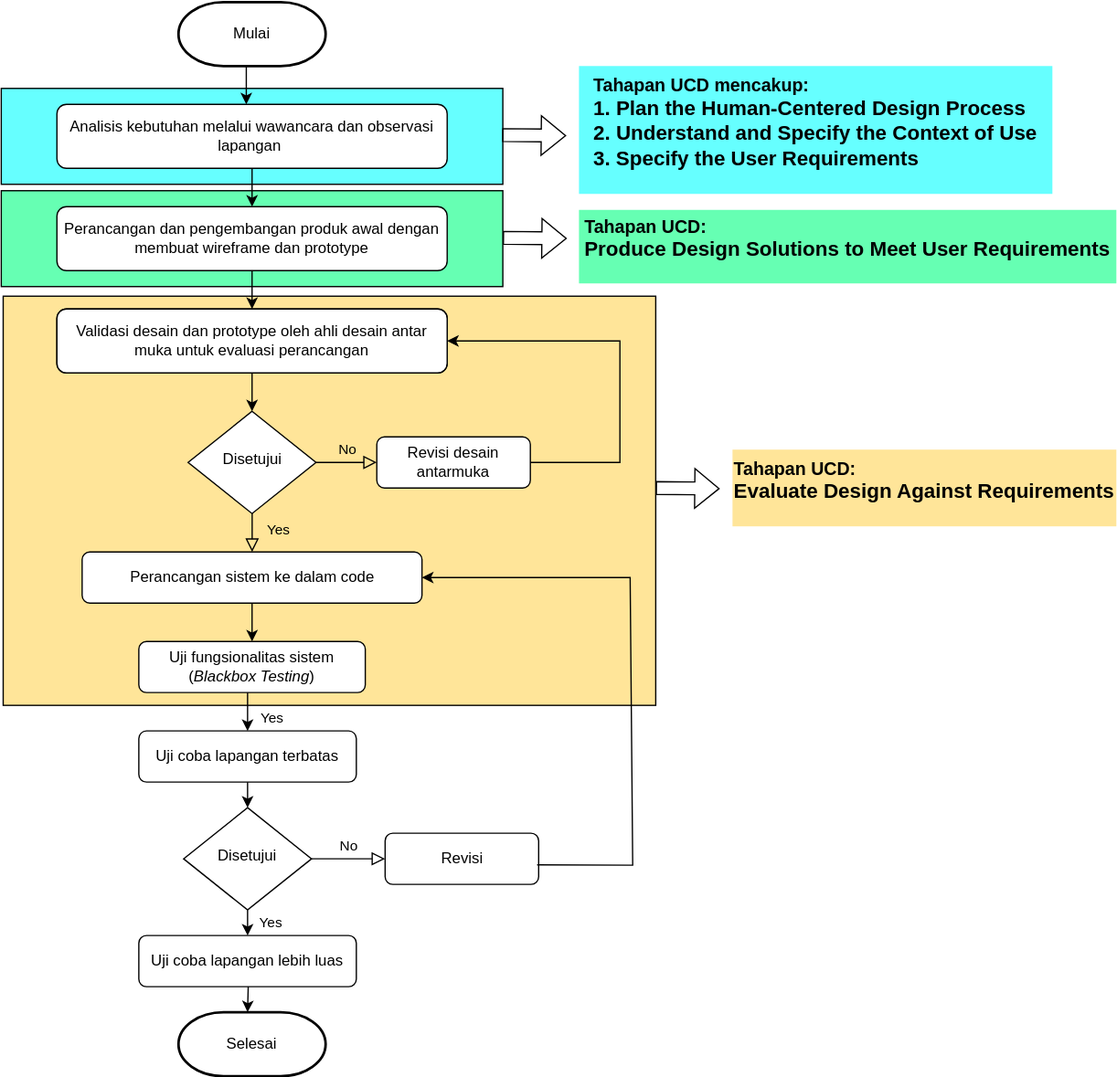
Above: flowchart skripsi.drawio.svg in evaald/evaald239.github.io (draw.io), before the change. Source tidied: cells renumbered, new cells last; positions are measured from the earlier drawing's top-left corner, leaving out a move shared by most shapes. The source it was exported from:
```xml
<mxGraphModel>
  <root>
    <mxCell id="0" />
    <mxCell id="1" parent="0" />
    <mxCell id="2" style="rounded=0;whiteSpace=wrap;html=1;fillColor=light-dark(#FFE599,var(--ge-dark-color, #121212));" parent="1" vertex="1">
      <mxGeometry x="2" y="230" width="510" height="320" as="geometry" />
    </mxCell>
    <mxCell id="3" style="rounded=0;whiteSpace=wrap;html=1;fillColor=light-dark(#66FFB3,var(--ge-dark-color, #121212));" parent="1" vertex="1">
      <mxGeometry x="0.5" y="147.5" width="392" height="75" as="geometry" />
    </mxCell>
    <mxCell id="4" style="rounded=0;whiteSpace=wrap;html=1;fillColor=light-dark(#66FFFF,var(--ge-dark-color, #121212));" parent="1" vertex="1">
      <mxGeometry x="0.5" y="67.5" width="392" height="75" as="geometry" />
    </mxCell>
    <mxCell id="5" value="Yes" style="rounded=0;html=1;jettySize=auto;fontSize=11;endArrow=block;endFill=0;endSize=8;strokeWidth=1;shadow=0;labelBackgroundColor=none;edgeStyle=orthogonalEdgeStyle;" parent="1" edge="1" source="7" target="8">
      <mxGeometry x="0.33" y="20" relative="1" as="geometry" />
    </mxCell>
    <mxCell id="6" value="No" style="edgeStyle=orthogonalEdgeStyle;rounded=0;html=1;jettySize=auto;fontSize=11;endArrow=block;endFill=0;endSize=8;strokeWidth=1;shadow=0;labelBackgroundColor=none;" parent="1" edge="1" source="7" target="9">
      <mxGeometry y="10" relative="1" as="geometry" />
    </mxCell>
    <mxCell id="7" value="Disetujui" style="rhombus;whiteSpace=wrap;html=1;shadow=0;fontFamily=Helvetica;fontSize=12;align=center;strokeWidth=1;spacing=6;spacingTop=-4;" parent="1" vertex="1">
      <mxGeometry x="146.5" y="320" width="100" height="80" as="geometry" />
    </mxCell>
    <mxCell id="8" value="Perancangan sistem ke dalam code" style="rounded=1;whiteSpace=wrap;html=1;fontSize=12;glass=0;strokeWidth=1;shadow=0;" parent="1" vertex="1">
      <mxGeometry x="63.7" y="430" width="265.6" height="40" as="geometry" />
    </mxCell>
    <mxCell id="9" value="Revisi desain antarmuka" style="rounded=1;whiteSpace=wrap;html=1;fontSize=12;glass=0;strokeWidth=1;shadow=0;" parent="1" vertex="1">
      <mxGeometry x="294" y="340" width="120" height="40" as="geometry" />
    </mxCell>
    <mxCell id="10" value="Mulai" style="strokeWidth=2;html=1;shape=mxgraph.flowchart.terminator;whiteSpace=wrap;" parent="1" vertex="1">
      <mxGeometry x="139" width="115" height="50" as="geometry" />
    </mxCell>
    <mxCell id="11" value="&lt;span style=&quot;background-color: transparent; color: light-dark(rgb(0, 0, 0), rgb(255, 255, 255));&quot;&gt;Analisis kebutuhan melalui wawancara dan observasi lapangan&amp;nbsp;&lt;/span&gt;" style="rounded=1;whiteSpace=wrap;html=1;fontSize=12;glass=0;strokeWidth=1;shadow=0;" parent="1" vertex="1">
      <mxGeometry x="44" y="80" width="305" height="50" as="geometry" />
    </mxCell>
    <mxCell id="12" style="endArrow=classic;html=1;rounded=0;exitX=0.5;exitY=1;exitDx=0;exitDy=0;entryX=0.5;entryY=0;entryDx=0;entryDy=0;" parent="1" edge="1" source="11" target="13">
      <mxGeometry relative="1" as="geometry" />
    </mxCell>
    <mxCell id="13" value="&lt;div&gt;Perancangan dan pengembangan produk awal dengan membuat wireframe dan prototype&lt;/div&gt;" style="rounded=1;whiteSpace=wrap;html=1;fontSize=12;glass=0;strokeWidth=1;shadow=0;" parent="1" vertex="1">
      <mxGeometry x="44" y="160" width="305" height="50" as="geometry" />
    </mxCell>
    <mxCell id="14" style="endArrow=classic;html=1;rounded=0;exitX=0.5;exitY=1;exitDx=0;exitDy=0;entryX=0.5;entryY=0;entryDx=0;entryDy=0;" parent="1" edge="1" source="13" target="15">
      <mxGeometry relative="1" as="geometry" />
    </mxCell>
    <mxCell id="15" value="Validasi desain dan prototype oleh para ahli dan pengguna untuk evaluasi perancangan" style="rounded=1;whiteSpace=wrap;html=1;fontSize=12;glass=0;strokeWidth=1;shadow=0;" parent="1" vertex="1">
      <mxGeometry x="44" y="240" width="305" height="50" as="geometry" />
    </mxCell>
    <mxCell id="16" style="endArrow=classic;html=1;rounded=0;exitX=0.5;exitY=1;exitDx=0;exitDy=0;entryX=0.5;entryY=0;entryDx=0;entryDy=0;" parent="1" edge="1" source="15" target="7">
      <mxGeometry relative="1" as="geometry" />
    </mxCell>
    <mxCell id="17" value="Selesai" style="strokeWidth=2;html=1;shape=mxgraph.flowchart.terminator;whiteSpace=wrap;" parent="1" vertex="1">
      <mxGeometry x="139" y="790" width="115" height="50" as="geometry" />
    </mxCell>
    <mxCell id="18" value="Validasi desain dan prototype oleh ahli desain antar muka untuk evaluasi perancangan" style="rounded=1;whiteSpace=wrap;html=1;fontSize=12;glass=0;strokeWidth=1;shadow=0;" parent="1" vertex="1">
      <mxGeometry x="44" y="240" width="305" height="50" as="geometry" />
    </mxCell>
    <mxCell id="19" value="Uji fungsionalitas sistem&lt;br&gt;(&lt;i&gt;Blackbox Testing&lt;/i&gt;)" style="rounded=1;whiteSpace=wrap;html=1;fontSize=12;glass=0;strokeWidth=1;shadow=0;" parent="1" vertex="1">
      <mxGeometry x="108" y="500" width="177" height="40" as="geometry" />
    </mxCell>
    <mxCell id="20" style="endArrow=classic;html=1;rounded=0;exitX=0.5;exitY=1;exitDx=0;exitDy=0;entryX=0.5;entryY=0;entryDx=0;entryDy=0;" parent="1" edge="1" source="8" target="19">
      <mxGeometry relative="1" as="geometry" />
    </mxCell>
    <mxCell id="21" value="Yes" style="endArrow=classic;html=1;rounded=0;entryX=0.5;entryY=0;entryDx=0;entryDy=0;exitX=0.5;exitY=1;exitDx=0;exitDy=0;" parent="1" edge="1" target="22">
      <mxGeometry x="0.33" y="19" relative="1" as="geometry">
        <mxPoint x="193" y="540" as="sourcePoint" />
      </mxGeometry>
    </mxCell>
    <mxCell id="22" value="Uji coba lapangan terbatas" style="rounded=1;whiteSpace=wrap;html=1;fontSize=12;glass=0;strokeWidth=1;shadow=0;" parent="1" vertex="1">
      <mxGeometry x="108" y="570" width="170" height="40" as="geometry" />
    </mxCell>
    <mxCell id="23" value="Disetujui" style="rhombus;whiteSpace=wrap;html=1;shadow=0;fontFamily=Helvetica;fontSize=12;align=center;strokeWidth=1;spacing=6;spacingTop=-4;" parent="1" vertex="1">
      <mxGeometry x="143" y="630" width="100" height="80" as="geometry" />
    </mxCell>
    <mxCell id="24" value="No" style="edgeStyle=orthogonalEdgeStyle;rounded=0;html=1;jettySize=auto;fontSize=11;endArrow=block;endFill=0;endSize=8;strokeWidth=1;shadow=0;labelBackgroundColor=none;exitX=1;exitY=0.5;exitDx=0;exitDy=0;entryX=0;entryY=0.5;entryDx=0;entryDy=0;" parent="1" edge="1" source="23" target="25">
      <mxGeometry y="10" relative="1" as="geometry" />
    </mxCell>
    <mxCell id="25" value="Revisi" style="rounded=1;whiteSpace=wrap;html=1;fontSize=12;glass=0;strokeWidth=1;shadow=0;" parent="1" vertex="1">
      <mxGeometry x="300.5" y="650" width="120" height="40" as="geometry" />
    </mxCell>
    <mxCell id="26" style="endArrow=classic;html=1;rounded=0;entryX=0.5;entryY=0;entryDx=0;entryDy=0;exitX=0.5;exitY=1;exitDx=0;exitDy=0;" parent="1" edge="1" source="22" target="23">
      <mxGeometry relative="1" as="geometry" />
    </mxCell>
    <mxCell id="27" value="Yes" style="endArrow=classic;html=1;rounded=0;entryX=0.5;entryY=0;entryDx=0;entryDy=0;" parent="1" edge="1" source="23" target="28">
      <mxGeometry x="-0.01" y="18" relative="1" as="geometry" />
    </mxCell>
    <mxCell id="28" value="Uji coba lapangan lebih luas" style="rounded=1;whiteSpace=wrap;html=1;fontSize=12;glass=0;strokeWidth=1;shadow=0;" parent="1" vertex="1">
      <mxGeometry x="108" y="730" width="170" height="40" as="geometry" />
    </mxCell>
    <mxCell id="29" style="endArrow=classic;html=1;rounded=0;entryX=0.5;entryY=0;entryDx=0;entryDy=0;" parent="1" edge="1">
      <mxGeometry relative="1" as="geometry">
        <mxPoint x="193.5" y="770" as="sourcePoint" />
        <mxPoint x="193" y="790" as="targetPoint" />
      </mxGeometry>
    </mxCell>
    <mxCell id="30" style="endArrow=classic;html=1;rounded=0;exitX=1;exitY=0.5;exitDx=0;exitDy=0;entryX=1;entryY=0.5;entryDx=0;entryDy=0;" parent="1" edge="1" source="9" target="18">
      <mxGeometry relative="1" as="geometry">
        <Array as="points">
          <mxPoint x="484" y="360" />
          <mxPoint x="484" y="265" />
        </Array>
      </mxGeometry>
    </mxCell>
    <mxCell id="31" value="&lt;div style=&quot;text-align: left;&quot;&gt;&lt;span style=&quot;background-color: transparent; color: light-dark(rgb(0, 0, 0), rgb(255, 255, 255));&quot;&gt;&lt;b&gt;&lt;font style=&quot;font-size: 14px;&quot;&gt;Tahapan UCD mencakup:&lt;/font&gt;&lt;/b&gt;&lt;/span&gt;&lt;/div&gt;&lt;div style=&quot;text-align: left;&quot;&gt;&lt;b&gt;&lt;font size=&quot;3&quot;&gt;&lt;span style=&quot;background-color: transparent; color: light-dark(rgb(0, 0, 0), rgb(255, 255, 255)); text-indent: -24px;&quot;&gt;1.&amp;nbsp;&lt;/span&gt;&lt;span style=&quot;text-indent: -24px; background-color: transparent; color: light-dark(rgb(0, 0, 0), rgb(255, 255, 255));&quot;&gt;Plan the Human-Centered Design Process&lt;/span&gt;&lt;/font&gt;&lt;/b&gt;&lt;/div&gt;&lt;div style=&quot;text-align: left;&quot;&gt;&lt;b&gt;&lt;font size=&quot;3&quot;&gt;&lt;span style=&quot;background-color: transparent; color: light-dark(rgb(0, 0, 0), rgb(255, 255, 255)); text-indent: -24px;&quot;&gt;2.&amp;nbsp;&lt;/span&gt;&lt;span style=&quot;background-color: transparent; color: light-dark(rgb(0, 0, 0), rgb(255, 255, 255)); text-indent: -24px;&quot;&gt;Understand and Specify the Context of Use&lt;/span&gt;&lt;/font&gt;&lt;/b&gt;&lt;/div&gt;&lt;div style=&quot;text-align: left;&quot;&gt;&lt;span style=&quot;background-color: transparent; color: light-dark(rgb(0, 0, 0), rgb(255, 255, 255)); text-indent: -24px;&quot;&gt;&lt;font size=&quot;3&quot; style=&quot;&quot; face=&quot;Helvetica&quot;&gt;&lt;b style=&quot;&quot;&gt;3. Specify the User Requirements&lt;/b&gt;&lt;/font&gt;&lt;/span&gt;&lt;/div&gt;&lt;p style=&quot;margin-top:0cm;margin-right:0cm;margin-bottom:&lt;br/&gt;0cm;margin-left:3.0cm;mso-add-space:auto;text-align:justify;text-indent:-18.0pt;&lt;br/&gt;line-height:200%;mso-list:l0 level1 lfo1&quot; class=&quot;MsoListParagraph&quot;&gt;&lt;i&gt;&lt;span style=&quot;font-size:12.0pt;line-height:200%;font-family:&amp;quot;Times New Roman&amp;quot;,serif&quot;&gt;&lt;/span&gt;&lt;/i&gt;&lt;/p&gt;" style="text;html=1;align=center;verticalAlign=middle;whiteSpace=wrap;rounded=0;fillColor=light-dark(#66FFFF,#000000);" parent="1" vertex="1">
      <mxGeometry x="452" y="50" width="370" height="100" as="geometry" />
    </mxCell>
    <mxCell id="32" style="shape=flexArrow;endArrow=classic;html=1;rounded=0;" parent="1" edge="1">
      <mxGeometry relative="1" as="geometry">
        <mxPoint x="392" y="104" as="sourcePoint" />
        <mxPoint x="442" y="104.5" as="targetPoint" />
      </mxGeometry>
    </mxCell>
    <mxCell id="33" style="endArrow=classic;html=1;rounded=0;exitX=0.5;exitY=1;exitDx=0;exitDy=0;entryX=0.5;entryY=0;entryDx=0;entryDy=0;" parent="1" edge="1">
      <mxGeometry relative="1" as="geometry">
        <mxPoint x="192" y="50" as="sourcePoint" />
        <mxPoint x="192" y="80" as="targetPoint" />
      </mxGeometry>
    </mxCell>
    <mxCell id="34" style="shape=flexArrow;endArrow=classic;html=1;rounded=0;" parent="1" edge="1">
      <mxGeometry relative="1" as="geometry">
        <mxPoint x="392.5" y="184.4" as="sourcePoint" />
        <mxPoint x="442.5" y="184.9" as="targetPoint" />
      </mxGeometry>
    </mxCell>
    <mxCell id="35" value="&lt;div style=&quot;text-align: left;&quot;&gt;&lt;span style=&quot;background-color: transparent; color: light-dark(rgb(0, 0, 0), rgb(255, 255, 255));&quot;&gt;&lt;b&gt;&lt;font style=&quot;font-size: 14px;&quot;&gt;Tahapan UCD:&lt;/font&gt;&lt;/b&gt;&lt;/span&gt;&lt;/div&gt;&lt;div style=&quot;text-align: left;&quot;&gt;&lt;b style=&quot;background-color: transparent; text-indent: -24px; color: light-dark(rgb(0, 0, 0), rgb(255, 255, 255));&quot;&gt;&lt;font size=&quot;3&quot;&gt;Produce Design Solutions to Meet User Requirements&lt;/font&gt;&lt;/b&gt;&lt;/div&gt;&lt;p style=&quot;margin-top:0cm;margin-right:0cm;margin-bottom:&lt;br/&gt;0cm;margin-left:3.0cm;mso-add-space:auto;text-align:justify;text-indent:-18.0pt;&lt;br/&gt;line-height:200%;mso-list:l0 level1 lfo1&quot; class=&quot;MsoListParagraph&quot;&gt;&lt;i&gt;&lt;span style=&quot;font-size:12.0pt;line-height:200%;font-family:&amp;quot;Times New Roman&amp;quot;,serif&quot;&gt;&lt;/span&gt;&lt;/i&gt;&lt;/p&gt;" style="text;html=1;align=center;verticalAlign=middle;whiteSpace=wrap;rounded=0;fillColor=light-dark(#66FFB3,#000000);" parent="1" vertex="1">
      <mxGeometry x="452" y="162.5" width="420" height="57.5" as="geometry" />
    </mxCell>
    <mxCell id="36" style="shape=flexArrow;endArrow=classic;html=1;rounded=0;" parent="1" edge="1">
      <mxGeometry relative="1" as="geometry">
        <mxPoint x="512" y="380" as="sourcePoint" />
        <mxPoint x="562" y="380.5" as="targetPoint" />
      </mxGeometry>
    </mxCell>
    <mxCell id="37" value="&lt;div style=&quot;text-align: left;&quot;&gt;&lt;span style=&quot;background-color: transparent; color: light-dark(rgb(0, 0, 0), rgb(255, 255, 255));&quot;&gt;&lt;b&gt;&lt;font style=&quot;font-size: 14px;&quot;&gt;Tahapan UCD:&lt;/font&gt;&lt;/b&gt;&lt;/span&gt;&lt;/div&gt;&lt;div style=&quot;text-align: left;&quot;&gt;&lt;b style=&quot;background-color: transparent; color: light-dark(rgb(0, 0, 0), rgb(255, 255, 255)); text-indent: -24px;&quot;&gt;&lt;font size=&quot;3&quot;&gt;Evaluate Design Against Requirements&lt;/font&gt;&lt;/b&gt;&lt;/div&gt;&lt;p style=&quot;margin-top:0cm;margin-right:0cm;margin-bottom:&lt;br/&gt;0cm;margin-left:3.0cm;mso-add-space:auto;text-align:justify;text-indent:-18.0pt;&lt;br/&gt;line-height:200%;mso-list:l0 level1 lfo1&quot; class=&quot;MsoListParagraph&quot;&gt;&lt;i&gt;&lt;span style=&quot;font-size:12.0pt;line-height:200%;font-family:&amp;quot;Times New Roman&amp;quot;,serif&quot;&gt;&lt;/span&gt;&lt;/i&gt;&lt;/p&gt;" style="text;html=1;align=center;verticalAlign=middle;whiteSpace=wrap;rounded=0;fillColor=light-dark(#FFE599,#000000);" parent="1" vertex="1">
      <mxGeometry x="572" y="350" width="300" height="60" as="geometry" />
    </mxCell>
    <mxCell id="38" style="endArrow=classic;html=1;rounded=0;exitX=0.99;exitY=0.617;exitDx=0;exitDy=0;exitPerimeter=0;entryX=1;entryY=0.5;entryDx=0;entryDy=0;" parent="1" edge="1" source="25" target="8">
      <mxGeometry relative="1" as="geometry">
        <Array as="points">
          <mxPoint x="494" y="675" />
          <mxPoint x="492" y="450" />
        </Array>
      </mxGeometry>
    </mxCell>
  </root>
</mxGraphModel>
```
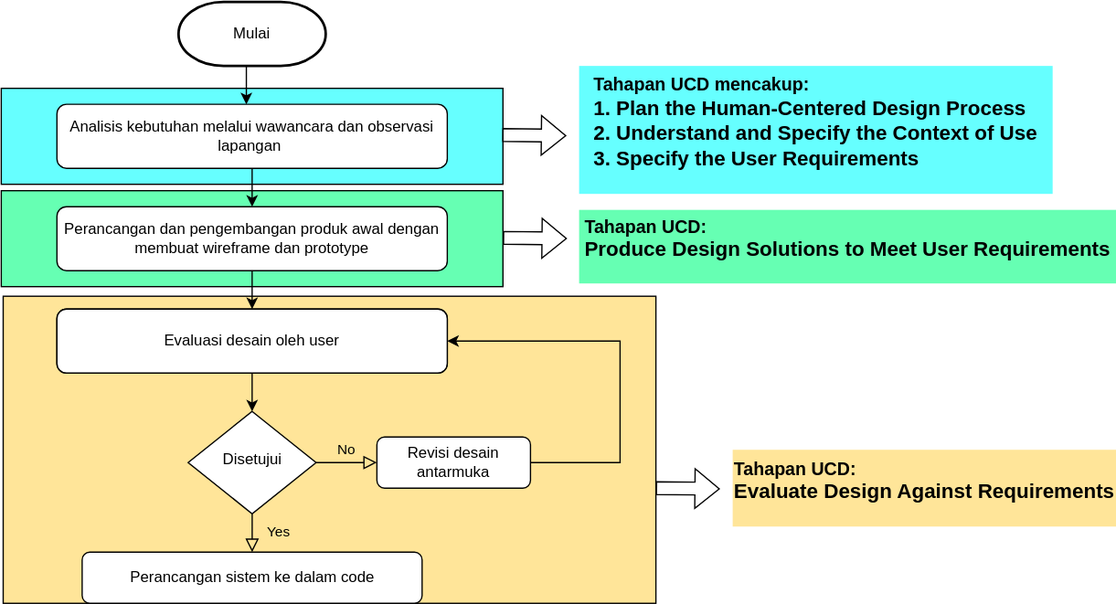
The same diagram one commit later.

Diff of the diagram source:
```diff
@@ -3,7 +3,7 @@
     <mxCell id="0" />
     <mxCell id="1" parent="0" />
     <mxCell id="2" style="rounded=0;whiteSpace=wrap;html=1;fillColor=light-dark(#FFE599,var(--ge-dark-color, #121212));" parent="1" vertex="1">
-      <mxGeometry x="2" y="230" width="510" height="320" as="geometry" />
+      <mxGeometry x="2" y="230" width="510" height="240" as="geometry" />
     </mxCell>
     <mxCell id="3" style="rounded=0;whiteSpace=wrap;html=1;fillColor=light-dark(#66FFB3,var(--ge-dark-color, #121212));" parent="1" vertex="1">
       <mxGeometry x="0.5" y="147.5" width="392" height="75" as="geometry" />
@@ -47,50 +47,9 @@
     <mxCell id="16" style="endArrow=classic;html=1;rounded=0;exitX=0.5;exitY=1;exitDx=0;exitDy=0;entryX=0.5;entryY=0;entryDx=0;entryDy=0;" parent="1" edge="1" source="15" target="7">
       <mxGeometry relative="1" as="geometry" />
     </mxCell>
-    <mxCell id="17" value="Selesai" style="strokeWidth=2;html=1;shape=mxgraph.flowchart.terminator;whiteSpace=wrap;" parent="1" vertex="1">
-      <mxGeometry x="139" y="790" width="115" height="50" as="geometry" />
-    </mxCell>
-    <mxCell id="18" value="Validasi desain dan prototype oleh ahli desain antar muka untuk evaluasi perancangan" style="rounded=1;whiteSpace=wrap;html=1;fontSize=12;glass=0;strokeWidth=1;shadow=0;" parent="1" vertex="1">
+    <mxCell id="18" value="Evaluasi desain oleh user" style="rounded=1;whiteSpace=wrap;html=1;fontSize=12;glass=0;strokeWidth=1;shadow=0;" parent="1" vertex="1">
       <mxGeometry x="44" y="240" width="305" height="50" as="geometry" />
     </mxCell>
-    <mxCell id="19" value="Uji fungsionalitas sistem&lt;br&gt;(&lt;i&gt;Blackbox Testing&lt;/i&gt;)" style="rounded=1;whiteSpace=wrap;html=1;fontSize=12;glass=0;strokeWidth=1;shadow=0;" parent="1" vertex="1">
-      <mxGeometry x="108" y="500" width="177" height="40" as="geometry" />
-    </mxCell>
-    <mxCell id="20" style="endArrow=classic;html=1;rounded=0;exitX=0.5;exitY=1;exitDx=0;exitDy=0;entryX=0.5;entryY=0;entryDx=0;entryDy=0;" parent="1" edge="1" source="8" target="19">
-      <mxGeometry relative="1" as="geometry" />
-    </mxCell>
-    <mxCell id="21" value="Yes" style="endArrow=classic;html=1;rounded=0;entryX=0.5;entryY=0;entryDx=0;entryDy=0;exitX=0.5;exitY=1;exitDx=0;exitDy=0;" parent="1" edge="1" target="22">
-      <mxGeometry x="0.33" y="19" relative="1" as="geometry">
-        <mxPoint x="193" y="540" as="sourcePoint" />
-      </mxGeometry>
-    </mxCell>
-    <mxCell id="22" value="Uji coba lapangan terbatas" style="rounded=1;whiteSpace=wrap;html=1;fontSize=12;glass=0;strokeWidth=1;shadow=0;" parent="1" vertex="1">
-      <mxGeometry x="108" y="570" width="170" height="40" as="geometry" />
-    </mxCell>
-    <mxCell id="23" value="Disetujui" style="rhombus;whiteSpace=wrap;html=1;shadow=0;fontFamily=Helvetica;fontSize=12;align=center;strokeWidth=1;spacing=6;spacingTop=-4;" parent="1" vertex="1">
-      <mxGeometry x="143" y="630" width="100" height="80" as="geometry" />
-    </mxCell>
-    <mxCell id="24" value="No" style="edgeStyle=orthogonalEdgeStyle;rounded=0;html=1;jettySize=auto;fontSize=11;endArrow=block;endFill=0;endSize=8;strokeWidth=1;shadow=0;labelBackgroundColor=none;exitX=1;exitY=0.5;exitDx=0;exitDy=0;entryX=0;entryY=0.5;entryDx=0;entryDy=0;" parent="1" edge="1" source="23" target="25">
-      <mxGeometry y="10" relative="1" as="geometry" />
-    </mxCell>
-    <mxCell id="25" value="Revisi" style="rounded=1;whiteSpace=wrap;html=1;fontSize=12;glass=0;strokeWidth=1;shadow=0;" parent="1" vertex="1">
-      <mxGeometry x="300.5" y="650" width="120" height="40" as="geometry" />
-    </mxCell>
-    <mxCell id="26" style="endArrow=classic;html=1;rounded=0;entryX=0.5;entryY=0;entryDx=0;entryDy=0;exitX=0.5;exitY=1;exitDx=0;exitDy=0;" parent="1" edge="1" source="22" target="23">
-      <mxGeometry relative="1" as="geometry" />
-    </mxCell>
-    <mxCell id="27" value="Yes" style="endArrow=classic;html=1;rounded=0;entryX=0.5;entryY=0;entryDx=0;entryDy=0;" parent="1" edge="1" source="23" target="28">
-      <mxGeometry x="-0.01" y="18" relative="1" as="geometry" />
-    </mxCell>
-    <mxCell id="28" value="Uji coba lapangan lebih luas" style="rounded=1;whiteSpace=wrap;html=1;fontSize=12;glass=0;strokeWidth=1;shadow=0;" parent="1" vertex="1">
-      <mxGeometry x="108" y="730" width="170" height="40" as="geometry" />
-    </mxCell>
-    <mxCell id="29" style="endArrow=classic;html=1;rounded=0;entryX=0.5;entryY=0;entryDx=0;entryDy=0;" parent="1" edge="1">
-      <mxGeometry relative="1" as="geometry">
-        <mxPoint x="193.5" y="770" as="sourcePoint" />
-        <mxPoint x="193" y="790" as="targetPoint" />
-      </mxGeometry>
-    </mxCell>
     <mxCell id="30" style="endArrow=classic;html=1;rounded=0;exitX=1;exitY=0.5;exitDx=0;exitDy=0;entryX=1;entryY=0.5;entryDx=0;entryDy=0;" parent="1" edge="1" source="9" target="18">
       <mxGeometry relative="1" as="geometry">
         <Array as="points">
@@ -132,13 +91,5 @@
     <mxCell id="37" value="&lt;div style=&quot;text-align: left;&quot;&gt;&lt;span style=&quot;background-color: transparent; color: light-dark(rgb(0, 0, 0), rgb(255, 255, 255));&quot;&gt;&lt;b&gt;&lt;font style=&quot;font-size: 14px;&quot;&gt;Tahapan UCD:&lt;/font&gt;&lt;/b&gt;&lt;/span&gt;&lt;/div&gt;&lt;div style=&quot;text-align: left;&quot;&gt;&lt;b style=&quot;background-color: transparent; color: light-dark(rgb(0, 0, 0), rgb(255, 255, 255)); text-indent: -24px;&quot;&gt;&lt;font size=&quot;3&quot;&gt;Evaluate Design Against Requirements&lt;/font&gt;&lt;/b&gt;&lt;/div&gt;&lt;p style=&quot;margin-top:0cm;margin-right:0cm;margin-bottom:&lt;br/&gt;0cm;margin-left:3.0cm;mso-add-space:auto;text-align:justify;text-indent:-18.0pt;&lt;br/&gt;line-height:200%;mso-list:l0 level1 lfo1&quot; class=&quot;MsoListParagraph&quot;&gt;&lt;i&gt;&lt;span style=&quot;font-size:12.0pt;line-height:200%;font-family:&amp;quot;Times New Roman&amp;quot;,serif&quot;&gt;&lt;/span&gt;&lt;/i&gt;&lt;/p&gt;" style="text;html=1;align=center;verticalAlign=middle;whiteSpace=wrap;rounded=0;fillColor=light-dark(#FFE599,#000000);" parent="1" vertex="1">
       <mxGeometry x="572" y="350" width="300" height="60" as="geometry" />
     </mxCell>
-    <mxCell id="38" style="endArrow=classic;html=1;rounded=0;exitX=0.99;exitY=0.617;exitDx=0;exitDy=0;exitPerimeter=0;entryX=1;entryY=0.5;entryDx=0;entryDy=0;" parent="1" edge="1" source="25" target="8">
-      <mxGeometry relative="1" as="geometry">
-        <Array as="points">
-          <mxPoint x="494" y="675" />
-          <mxPoint x="492" y="450" />
-        </Array>
-      </mxGeometry>
-    </mxCell>
   </root>
 </mxGraphModel>
```
